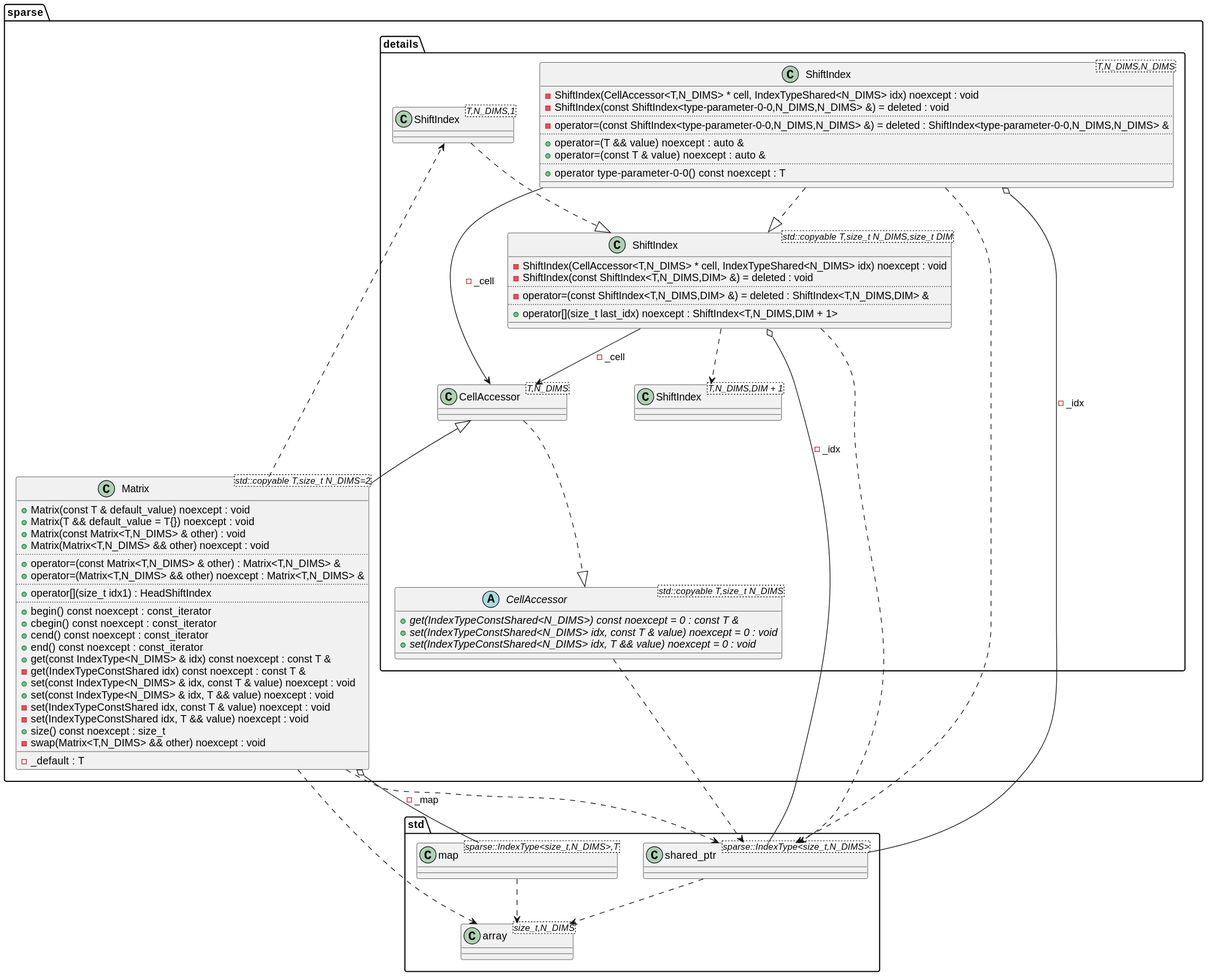
Above: puml/class_diagram.svg in nj-eka/sparse_matrix (PlantUML), before the change.
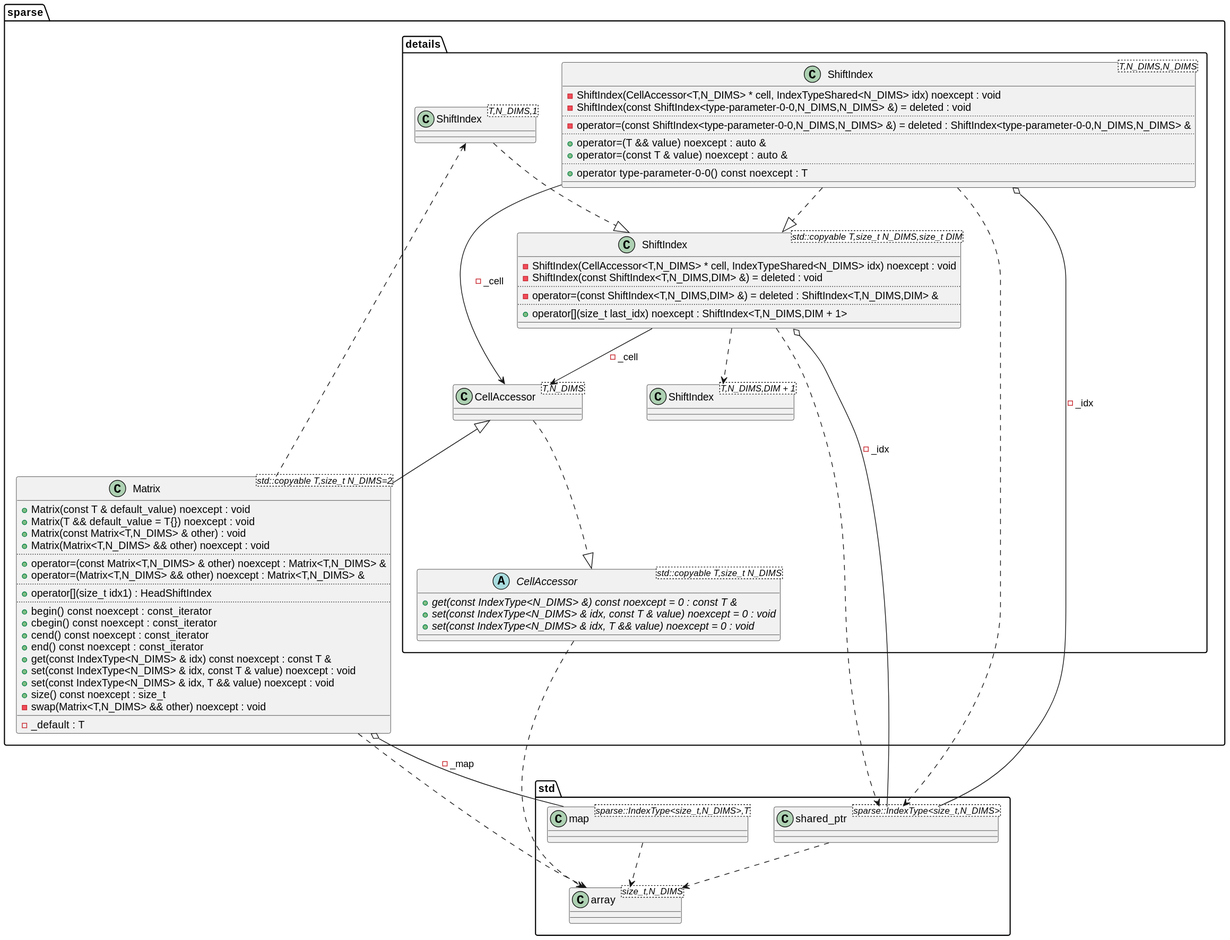
After the commit.

The edit, as a diff of the source:
```diff
@@ -17,9 +17,9 @@
 package [details] as C_0000364336727941922804 {
 abstract "CellAccessor<std::copyable T,size_t N_DIMS>" as C_0002212443975218405385
 abstract C_0002212443975218405385 {
-{abstract} +get(IndexTypeConstShared<N_DIMS>) const noexcept = 0 : const T &
-{abstract} +set(IndexTypeConstShared<N_DIMS> idx, const T & value) noexcept = 0 : void
-{abstract} +set(IndexTypeConstShared<N_DIMS> idx, T && value) noexcept = 0 : void
+{abstract} +get(const IndexType<N_DIMS> &) const noexcept = 0 : const T &
+{abstract} +set(const IndexType<N_DIMS> & idx, const T & value) noexcept = 0 : void
+{abstract} +set(const IndexType<N_DIMS> & idx, T && value) noexcept = 0 : void
 __
 }
 class "ShiftIndex<T,N_DIMS,DIM + 1>" as C_0001533754875598207010
@@ -65,7 +65,7 @@
 +Matrix(const Matrix<T,N_DIMS> & other) : void
 +Matrix(Matrix<T,N_DIMS> && other) noexcept : void
 ..
-+operator=(const Matrix<T,N_DIMS> & other) : Matrix<T,N_DIMS> &
++operator=(const Matrix<T,N_DIMS> & other) noexcept : Matrix<T,N_DIMS> &
 +operator=(Matrix<T,N_DIMS> && other) noexcept : Matrix<T,N_DIMS> &
 ..
 +operator[](size_t idx1) : HeadShiftIndex
@@ -75,11 +75,8 @@
 +cend() const noexcept : const_iterator
 +end() const noexcept : const_iterator
 +get(const IndexType<N_DIMS> & idx) const noexcept : const T &
--get(IndexTypeConstShared idx) const noexcept : const T &
 +set(const IndexType<N_DIMS> & idx, const T & value) noexcept : void
 +set(const IndexType<N_DIMS> & idx, T && value) noexcept : void
--set(IndexTypeConstShared idx, const T & value) noexcept : void
--set(IndexTypeConstShared idx, T && value) noexcept : void
 +size() const noexcept : size_t
 -swap(Matrix<T,N_DIMS> && other) noexcept : void
 __
@@ -88,7 +85,7 @@
 }
 C_0001683511292311520799 ..> C_0001633597064224137669
 C_0000502470561154437918 ..> C_0001633597064224137669
-C_0002212443975218405385 ..> C_0001683511292311520799
+C_0002212443975218405385 ..> C_0001633597064224137669
 C_0000419081589640496338 ..|> C_0002212443975218405385
 C_0000136384432202654581 ..> C_0001683511292311520799
 C_0000136384432202654581 ..> C_0001533754875598207010
@@ -101,7 +98,6 @@
 C_0000755254241326504162 ..|> C_0000136384432202654581
 C_0000163967524215595475 ..> C_0000755254241326504162
 C_0000163967524215595475 ..> C_0001633597064224137669
-C_0000163967524215595475 ..> C_0001683511292311520799
 C_0000163967524215595475 o-- C_0000502470561154437918 : -_map
 C_0000419081589640496338 <|-- C_0000163967524215595475
 
```
